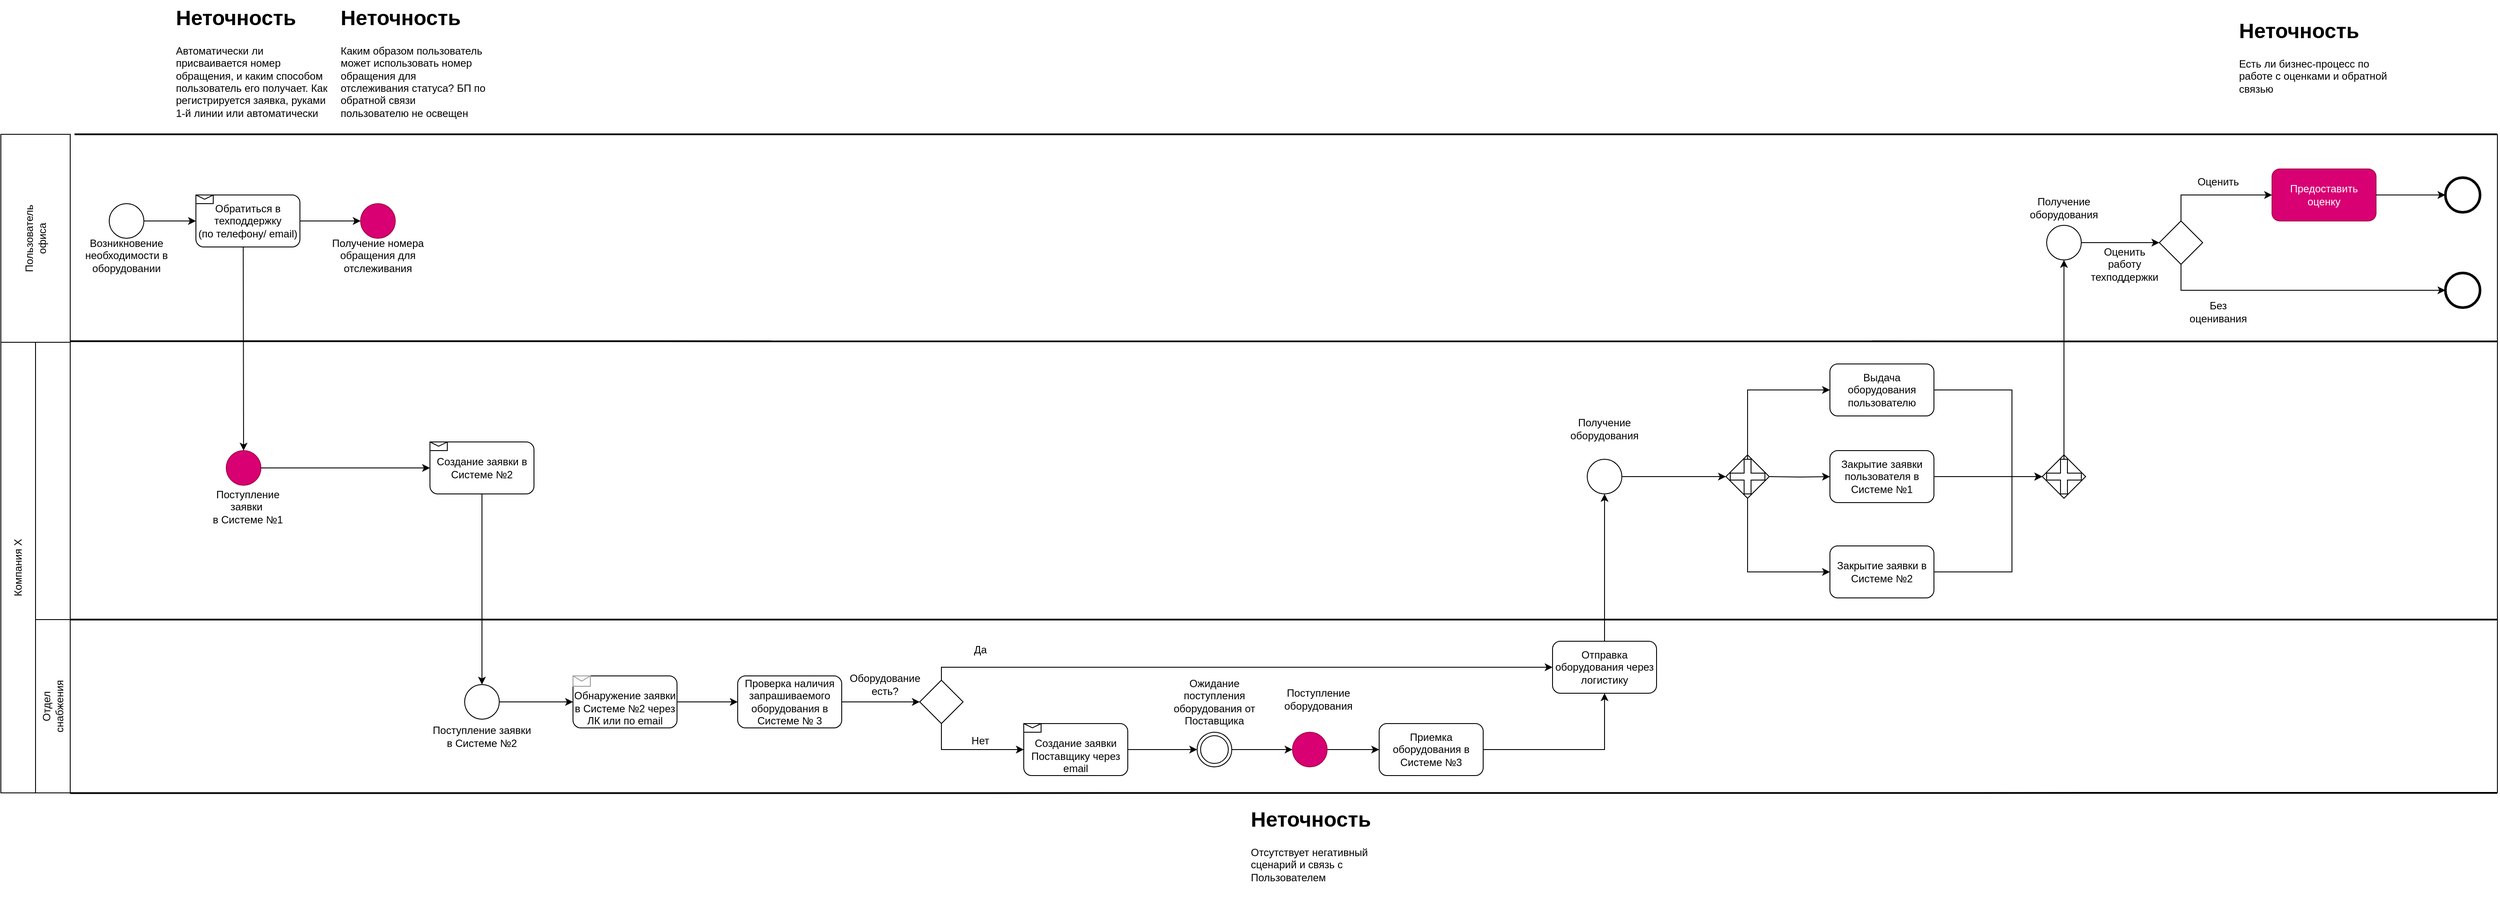
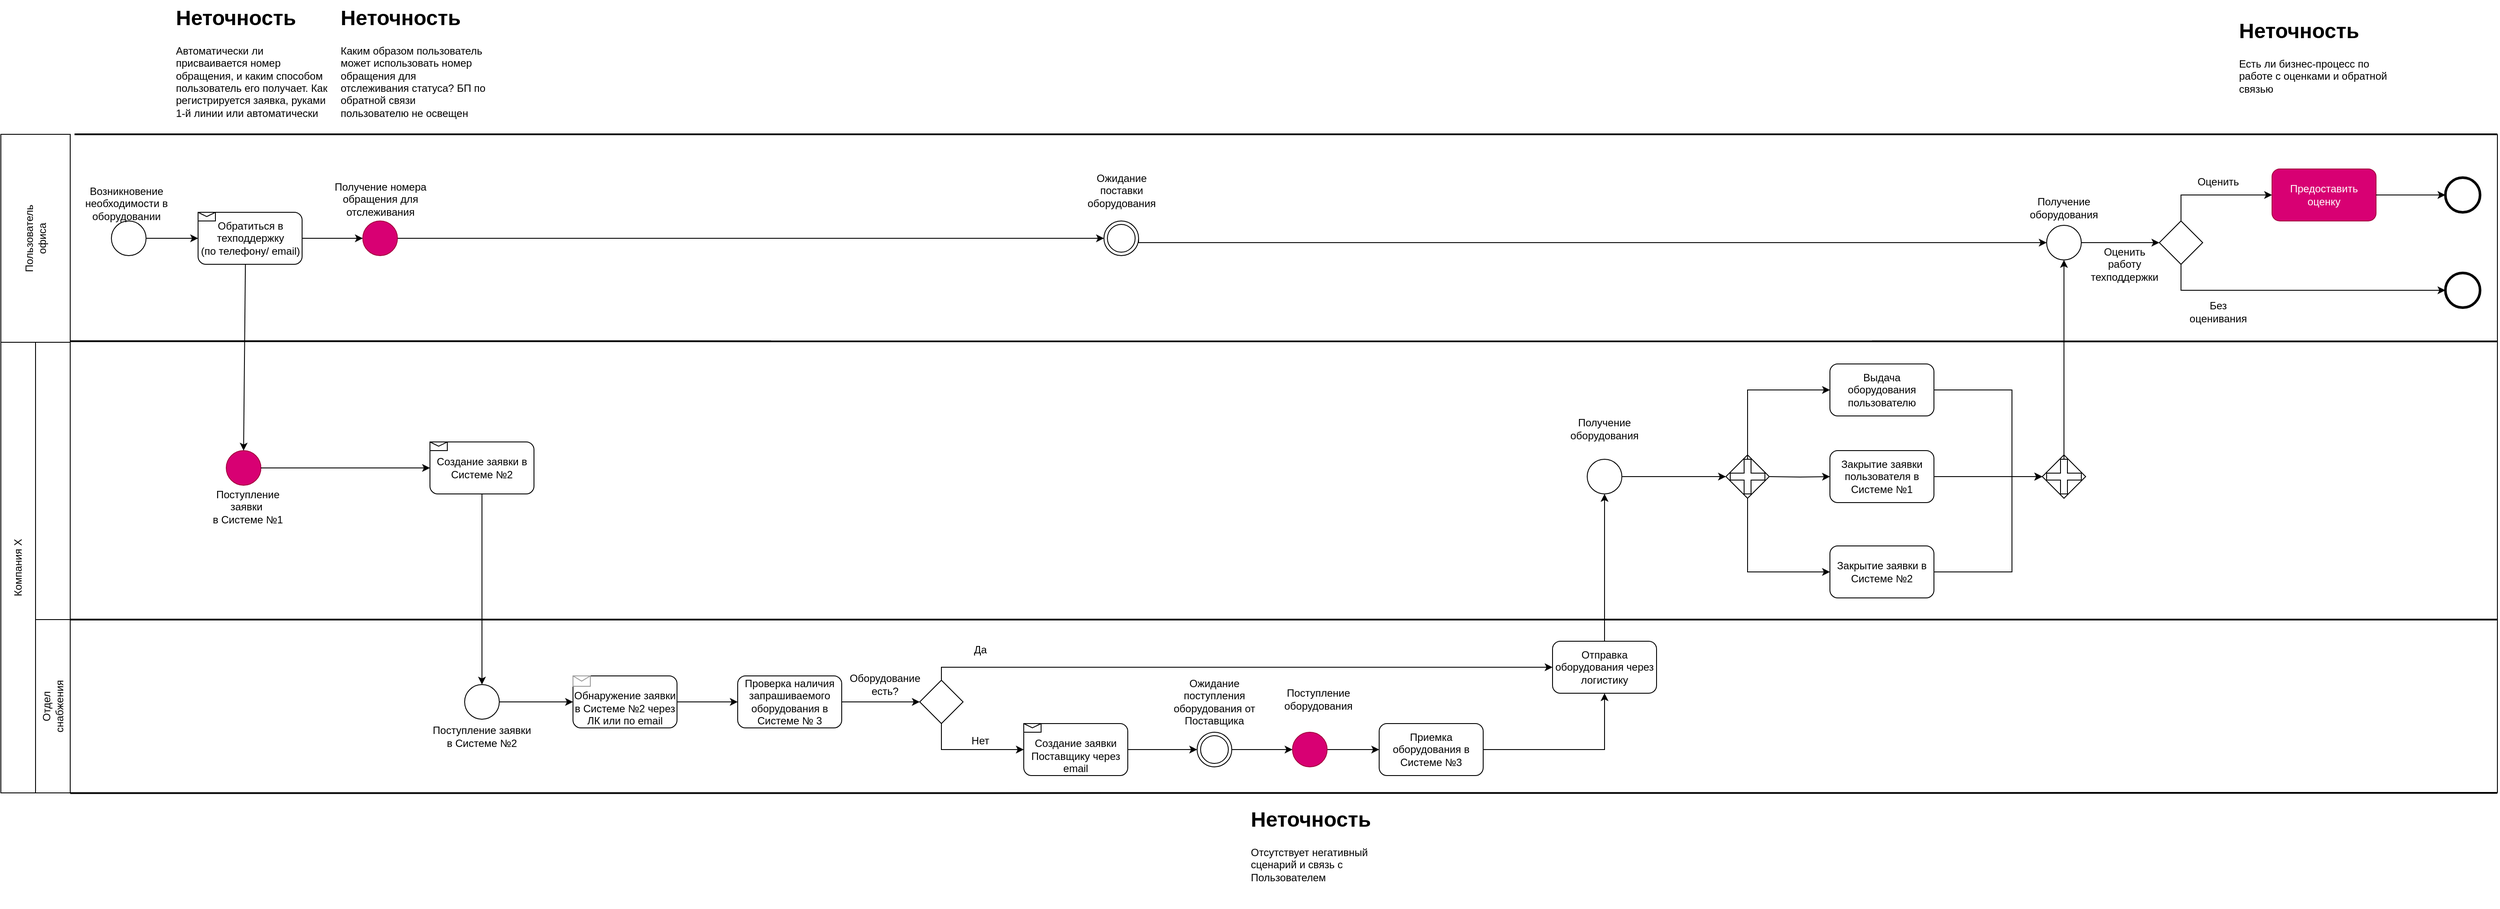
<mxfile host="app.diagrams.net">
  <diagram name="Страница-1" id="6SsGZVheudZXkR8IryFw">
-     <mxGraphModel dx="2180" dy="1943" grid="1" gridSize="10" guides="1" tooltips="1" connect="1" arrows="1" fold="1" page="0" pageScale="1" pageWidth="827" pageHeight="1169" background="none" math="0" shadow="0">
+     <mxGraphModel dx="2576" dy="2151" grid="1" gridSize="10" guides="1" tooltips="1" connect="1" arrows="1" fold="1" page="0" pageScale="1" pageWidth="827" pageHeight="1169" background="none" math="0" shadow="0">
      <root>
        <mxCell id="0" />
        <mxCell id="1" parent="0" />
        <mxCell id="Ya4lB5T6emN3ZDg_C6RV-1" parent="1" style="rounded=0;whiteSpace=wrap;html=1;" value="" vertex="1">
          <mxGeometry height="240" width="80" y="-320" as="geometry" />
        </mxCell>
        <mxCell id="Ya4lB5T6emN3ZDg_C6RV-2" parent="1" style="rounded=0;whiteSpace=wrap;html=1;" value="" vertex="1">
          <mxGeometry height="520" width="40" y="-80" as="geometry" />
        </mxCell>
        <mxCell id="Ya4lB5T6emN3ZDg_C6RV-3" parent="1" style="text;html=1;whiteSpace=wrap;strokeColor=none;fillColor=none;align=center;verticalAlign=middle;rounded=0;rotation=-90;" value="Пользователь&lt;div&gt;офиса&lt;/div&gt;" vertex="1">
          <mxGeometry height="30" width="60" x="10" y="-215" as="geometry" />
        </mxCell>
        <mxCell id="Ya4lB5T6emN3ZDg_C6RV-5" parent="1" style="text;html=1;whiteSpace=wrap;strokeColor=none;fillColor=none;align=center;verticalAlign=middle;rounded=0;rotation=-90;" value="Компания Х" vertex="1">
          <mxGeometry height="30" width="80" x="-20" y="165" as="geometry" />
        </mxCell>
        <mxCell id="VbR1kJbd4s5ipAbFhgMN-2" edge="1" parent="1" style="endArrow=none;html=1;rounded=0;exitX=1;exitY=0;exitDx=0;exitDy=0;strokeColor=light-dark(#000000, #ffffff);strokeWidth=2;" value="">
          <mxGeometry height="50" relative="1" width="50" as="geometry">
            <mxPoint x="80" y="-81.25" as="sourcePoint" />
            <mxPoint x="2880" y="-81" as="targetPoint" />
          </mxGeometry>
        </mxCell>
        <mxCell id="VbR1kJbd4s5ipAbFhgMN-4" parent="1" style="rounded=0;whiteSpace=wrap;html=1;" value="" vertex="1">
          <mxGeometry height="320" width="40" x="40" y="-80" as="geometry" />
        </mxCell>
        <mxCell id="VbR1kJbd4s5ipAbFhgMN-5" parent="1" style="rounded=0;whiteSpace=wrap;html=1;" value="" vertex="1">
          <mxGeometry height="200" width="40" x="40" y="240" as="geometry" />
        </mxCell>
        <mxCell id="VbR1kJbd4s5ipAbFhgMN-7" edge="1" parent="1" source="VbR1kJbd4s5ipAbFhgMN-5" style="endArrow=none;html=1;rounded=0;exitX=1;exitY=0;exitDx=0;exitDy=0;strokeWidth=2;" value="">
          <mxGeometry height="50" relative="1" width="50" as="geometry">
            <mxPoint x="250" y="240" as="sourcePoint" />
            <mxPoint x="2880" y="240" as="targetPoint" />
          </mxGeometry>
        </mxCell>
        <mxCell id="VbR1kJbd4s5ipAbFhgMN-8" edge="1" parent="1" style="endArrow=none;html=1;rounded=0;exitX=1;exitY=0;exitDx=0;exitDy=0;strokeWidth=2;" value="">
          <mxGeometry height="50" relative="1" width="50" as="geometry">
            <mxPoint x="80" y="440.31" as="sourcePoint" />
            <mxPoint x="2880" y="440" as="targetPoint" />
          </mxGeometry>
        </mxCell>
        <mxCell id="VbR1kJbd4s5ipAbFhgMN-10" edge="1" parent="1" style="endArrow=none;html=1;rounded=0;exitX=1;exitY=0;exitDx=0;exitDy=0;strokeWidth=2;" value="">
          <mxGeometry height="50" relative="1" width="50" as="geometry">
            <mxPoint x="85" y="-320" as="sourcePoint" />
            <mxPoint x="2880" y="-320" as="targetPoint" />
          </mxGeometry>
        </mxCell>
        <mxCell id="VbR1kJbd4s5ipAbFhgMN-11" parent="1" style="ellipse;whiteSpace=wrap;html=1;aspect=fixed;fillColor=none;" value="" vertex="1">
-           <mxGeometry height="40" width="40" x="125" y="-240" as="geometry" />
+           <mxGeometry height="40" width="40" x="127.5" y="-220" as="geometry" />
        </mxCell>
        <mxCell id="VbR1kJbd4s5ipAbFhgMN-12" parent="1" style="text;html=1;whiteSpace=wrap;strokeColor=none;fillColor=none;align=center;verticalAlign=middle;rounded=0;" value="&lt;font&gt;Возникновение необходимости в оборудовании&lt;/font&gt;" vertex="1">
-           <mxGeometry height="50" width="110" x="90" y="-205" as="geometry" />
+           <mxGeometry height="50" width="110" x="90" y="-265" as="geometry" />
        </mxCell>
        <mxCell id="VbR1kJbd4s5ipAbFhgMN-16" parent="1" style="ellipse;whiteSpace=wrap;html=1;aspect=fixed;fillColor=#d80073;fontColor=#ffffff;strokeColor=#A50040;" value="" vertex="1">
          <mxGeometry height="40" width="40" x="260" y="45.000000000000114" as="geometry" />
        </mxCell>
        <mxCell id="VbR1kJbd4s5ipAbFhgMN-17" parent="1" style="text;html=1;whiteSpace=wrap;strokeColor=none;fillColor=none;align=center;verticalAlign=middle;rounded=0;" value="Поступление заявки&amp;nbsp;&lt;div&gt;в Системе №1&lt;/div&gt;" vertex="1">
          <mxGeometry height="30" width="110" x="230" y="95" as="geometry" />
        </mxCell>
        <mxCell id="VbR1kJbd4s5ipAbFhgMN-20" parent="1" style="text;html=1;whiteSpace=wrap;strokeColor=none;fillColor=none;align=center;verticalAlign=middle;rounded=0;rotation=-90;" value="&lt;br&gt;&lt;span style=&quot;font-family: Helvetica; font-size: 12px; font-style: normal; font-variant-ligatures: normal; font-variant-caps: normal; font-weight: 400; letter-spacing: normal; orphans: 2; text-indent: 0px; text-transform: none; widows: 2; word-spacing: 0px; -webkit-text-stroke-width: 0px; white-space: normal; text-decoration-thickness: initial; text-decoration-style: initial; text-decoration-color: initial; float: none; display: inline !important;&quot;&gt;&lt;font style=&quot;color: light-dark(rgb(255, 255, 255), rgb(255, 255, 255));&quot;&gt;1-я линия техподдержки&lt;/font&gt;&lt;/span&gt;" vertex="1">
          <mxGeometry height="30" width="60" x="20" y="50" as="geometry" />
        </mxCell>
        <mxCell id="VbR1kJbd4s5ipAbFhgMN-21" parent="1" style="text;html=1;whiteSpace=wrap;overflow=hidden;rounded=0;" value="&lt;h1 style=&quot;margin-top: 0px;&quot;&gt;&lt;font style=&quot;color: light-dark(rgb(0, 0, 0), rgb(241, 156, 153));&quot;&gt;Неточность&lt;/font&gt;&lt;/h1&gt;&lt;p&gt;Автоматически ли присваивается номер обращения, и каким способом пользователь его получает. Как регистрируется заявка, руками 1-й линии или автоматически&lt;/p&gt;" vertex="1">
          <mxGeometry height="150" width="180" x="200" y="-475" as="geometry" />
        </mxCell>
+         <mxCell id="VbR1kJbd4s5ipAbFhgMN-117" edge="1" parent="1" source="VbR1kJbd4s5ipAbFhgMN-23" style="edgeStyle=orthogonalEdgeStyle;rounded=0;orthogonalLoop=1;jettySize=auto;html=1;exitX=1;exitY=0.5;exitDx=0;exitDy=0;entryX=0;entryY=0.5;entryDx=0;entryDy=0;" target="VbR1kJbd4s5ipAbFhgMN-116">
+           <mxGeometry relative="1" as="geometry" />
+         </mxCell>
        <mxCell id="VbR1kJbd4s5ipAbFhgMN-23" parent="1" style="ellipse;whiteSpace=wrap;html=1;aspect=fixed;fillColor=#d80073;fontColor=#ffffff;strokeColor=#A50040;" value="" vertex="1">
-           <mxGeometry height="40" width="40" x="415" y="-239.9999999999999" as="geometry" />
+           <mxGeometry height="40" width="40" x="417.5" y="-219.9999999999999" as="geometry" />
        </mxCell>
        <mxCell id="VbR1kJbd4s5ipAbFhgMN-24" parent="1" style="text;html=1;whiteSpace=wrap;strokeColor=none;fillColor=none;align=center;verticalAlign=middle;rounded=0;" value="Получение номера обращения для отслеживания" vertex="1">
-           <mxGeometry height="30" width="130" x="370" y="-195" as="geometry" />
+           <mxGeometry height="30" width="130" x="372.5" y="-260" as="geometry" />
        </mxCell>
        <mxCell id="VbR1kJbd4s5ipAbFhgMN-25" parent="1" style="text;html=1;whiteSpace=wrap;overflow=hidden;rounded=0;" value="&lt;h1 style=&quot;margin-top: 0px;&quot;&gt;&lt;font style=&quot;color: light-dark(rgb(0, 0, 0), rgb(241, 156, 153));&quot;&gt;Неточность&lt;/font&gt;&lt;/h1&gt;&lt;p&gt;Каким образом пользователь может использовать номер обращения для отслеживания статуса? БП по обратной связи пользователю не освещен&lt;/p&gt;" vertex="1">
          <mxGeometry height="145" width="170" x="390" y="-475" as="geometry" />
        </mxCell>
        <mxCell id="VbR1kJbd4s5ipAbFhgMN-26" edge="1" parent="1" source="VbR1kJbd4s5ipAbFhgMN-11" style="endArrow=classic;html=1;rounded=0;exitX=1;exitY=0.5;exitDx=0;exitDy=0;entryX=0;entryY=0.5;entryDx=0;entryDy=0;" target="VbR1kJbd4s5ipAbFhgMN-37" value="">
          <mxGeometry height="50" relative="1" width="50" as="geometry">
-             <mxPoint x="160.00000000000352" y="-19.5" as="sourcePoint" />
-             <mxPoint x="220" y="-20" as="targetPoint" />
+             <mxPoint x="162.50000000000352" y="0.5" as="sourcePoint" />
+             <mxPoint x="222.5" as="targetPoint" />
          </mxGeometry>
        </mxCell>
        <mxCell id="VbR1kJbd4s5ipAbFhgMN-27" edge="1" parent="1" source="VbR1kJbd4s5ipAbFhgMN-37" style="endArrow=classic;html=1;rounded=0;exitX=1;exitY=0.5;exitDx=0;exitDy=0;entryX=0;entryY=0.5;entryDx=0;entryDy=0;" target="VbR1kJbd4s5ipAbFhgMN-23" value="">
          <mxGeometry height="50" relative="1" width="50" as="geometry">
-             <mxPoint x="340" y="-20" as="sourcePoint" />
-             <mxPoint x="450" y="5" as="targetPoint" />
+             <mxPoint x="342.5" as="sourcePoint" />
+             <mxPoint x="452.5" y="25" as="targetPoint" />
          </mxGeometry>
        </mxCell>
        <mxCell id="VbR1kJbd4s5ipAbFhgMN-28" edge="1" parent="1" source="VbR1kJbd4s5ipAbFhgMN-37" style="endArrow=classic;html=1;rounded=0;exitX=0.455;exitY=0.976;exitDx=0;exitDy=0;entryX=0.5;entryY=0;entryDx=0;entryDy=0;exitPerimeter=0;" target="VbR1kJbd4s5ipAbFhgMN-16" value="">
          <mxGeometry height="50" relative="1" width="50" as="geometry">
            <mxPoint x="280" y="-20" as="sourcePoint" />
            <mxPoint x="380" y="-5" as="targetPoint" />
          </mxGeometry>
        </mxCell>
        <mxCell id="VbR1kJbd4s5ipAbFhgMN-30" edge="1" parent="1" source="VbR1kJbd4s5ipAbFhgMN-16" style="endArrow=classic;html=1;rounded=0;exitX=1;exitY=0.5;exitDx=0;exitDy=0;entryX=0;entryY=0.5;entryDx=0;entryDy=0;" value="">
          <mxGeometry height="50" relative="1" width="50" as="geometry">
            <mxPoint x="660" y="125" as="sourcePoint" />
            <mxPoint x="495" y="65" as="targetPoint" />
          </mxGeometry>
        </mxCell>
        <mxCell id="VbR1kJbd4s5ipAbFhgMN-31" parent="1" style="ellipse;whiteSpace=wrap;html=1;aspect=fixed;fillColor=none;" value="" vertex="1">
          <mxGeometry height="40" width="40" x="535" y="315.0000000000001" as="geometry" />
        </mxCell>
        <mxCell id="VbR1kJbd4s5ipAbFhgMN-32" parent="1" style="text;html=1;whiteSpace=wrap;strokeColor=none;fillColor=none;align=center;verticalAlign=middle;rounded=0;rotation=-90;" value="Отдел снабжения" vertex="1">
          <mxGeometry height="30" width="60" x="30" y="325" as="geometry" />
        </mxCell>
        <mxCell id="VbR1kJbd4s5ipAbFhgMN-33" parent="1" style="text;html=1;whiteSpace=wrap;strokeColor=none;fillColor=none;align=center;verticalAlign=middle;rounded=0;" value="Поступление заявки в Системе №2" vertex="1">
          <mxGeometry height="30" width="120" x="495" y="360" as="geometry" />
        </mxCell>
        <mxCell id="VbR1kJbd4s5ipAbFhgMN-35" edge="1" parent="1" source="VbR1kJbd4s5ipAbFhgMN-36" style="endArrow=classic;html=1;rounded=0;exitX=0.5;exitY=1;exitDx=0;exitDy=0;entryX=0.5;entryY=0;entryDx=0;entryDy=0;" target="VbR1kJbd4s5ipAbFhgMN-31" value="">
          <mxGeometry height="50" relative="1" width="50" as="geometry">
            <mxPoint x="555" y="200" as="sourcePoint" />
            <mxPoint x="780" y="250" as="targetPoint" />
          </mxGeometry>
        </mxCell>
        <mxCell id="VbR1kJbd4s5ipAbFhgMN-36" parent="1" style="rounded=1;whiteSpace=wrap;html=1;" value="Создание заявки в Системе №2" vertex="1">
          <mxGeometry height="60" width="120" x="495" y="35" as="geometry" />
        </mxCell>
        <mxCell id="VbR1kJbd4s5ipAbFhgMN-37" parent="1" style="rounded=1;whiteSpace=wrap;html=1;" value="Обратиться в техподдержку&lt;div&gt;(по телефону/ email)&lt;/div&gt;" vertex="1">
-           <mxGeometry height="60" width="120" x="225" y="-250" as="geometry" />
+           <mxGeometry height="60" width="120" x="227.5" y="-230" as="geometry" />
        </mxCell>
        <mxCell id="VbR1kJbd4s5ipAbFhgMN-38" parent="1" style="shape=message;html=1;html=1;outlineConnect=0;labelPosition=center;verticalLabelPosition=bottom;align=center;verticalAlign=top;" value="" vertex="1">
-           <mxGeometry height="10" width="20" x="225" y="-250" as="geometry" />
+           <mxGeometry height="10" width="20" x="227.5" y="-230" as="geometry" />
        </mxCell>
        <mxCell id="VbR1kJbd4s5ipAbFhgMN-41" parent="1" style="shape=message;html=1;html=1;outlineConnect=0;labelPosition=center;verticalLabelPosition=bottom;align=center;verticalAlign=top;" value="" vertex="1">
          <mxGeometry height="10" width="20" x="495" y="35" as="geometry" />
        </mxCell>
        <mxCell id="VbR1kJbd4s5ipAbFhgMN-46" edge="1" parent="1" source="VbR1kJbd4s5ipAbFhgMN-42" style="edgeStyle=orthogonalEdgeStyle;rounded=0;orthogonalLoop=1;jettySize=auto;html=1;exitX=1;exitY=0.5;exitDx=0;exitDy=0;entryX=0;entryY=0.5;entryDx=0;entryDy=0;" target="VbR1kJbd4s5ipAbFhgMN-45">
          <mxGeometry relative="1" as="geometry" />
        </mxCell>
        <mxCell id="VbR1kJbd4s5ipAbFhgMN-42" parent="1" style="rounded=1;whiteSpace=wrap;html=1;" value="&lt;div&gt;&lt;br&gt;&lt;/div&gt;&lt;div&gt;Обнаружение заявки в Системе №2 через ЛК или по email&lt;/div&gt;" vertex="1">
          <mxGeometry height="60" width="120" x="660" y="305" as="geometry" />
        </mxCell>
        <mxCell id="VbR1kJbd4s5ipAbFhgMN-43" parent="1" style="verticalLabelPosition=bottom;shadow=0;dashed=0;align=center;html=1;verticalAlign=top;strokeWidth=1;shape=mxgraph.mockup.misc.mail2;strokeColor=#999999;" value="" vertex="1">
          <mxGeometry height="12" width="20" x="660" y="305" as="geometry" />
        </mxCell>
        <mxCell id="VbR1kJbd4s5ipAbFhgMN-44" edge="1" parent="1" source="VbR1kJbd4s5ipAbFhgMN-31" style="endArrow=classic;html=1;rounded=0;exitX=1;exitY=0.5;exitDx=0;exitDy=0;entryX=0;entryY=0.5;entryDx=0;entryDy=0;" target="VbR1kJbd4s5ipAbFhgMN-42" value="">
          <mxGeometry height="50" relative="1" width="50" as="geometry">
            <mxPoint x="760" y="315" as="sourcePoint" />
            <mxPoint x="810" y="265" as="targetPoint" />
          </mxGeometry>
        </mxCell>
        <mxCell id="VbR1kJbd4s5ipAbFhgMN-49" edge="1" parent="1" source="VbR1kJbd4s5ipAbFhgMN-45" style="edgeStyle=orthogonalEdgeStyle;rounded=0;orthogonalLoop=1;jettySize=auto;html=1;exitX=1;exitY=0.5;exitDx=0;exitDy=0;entryX=0;entryY=0.5;entryDx=0;entryDy=0;" target="VbR1kJbd4s5ipAbFhgMN-47">
          <mxGeometry relative="1" as="geometry" />
        </mxCell>
        <mxCell id="VbR1kJbd4s5ipAbFhgMN-45" parent="1" style="rounded=1;whiteSpace=wrap;html=1;" value="Проверка наличия запрашиваемого оборудования в Системе № 3" vertex="1">
          <mxGeometry height="60" width="120" x="850" y="305" as="geometry" />
        </mxCell>
        <mxCell id="VbR1kJbd4s5ipAbFhgMN-58" edge="1" parent="1" source="VbR1kJbd4s5ipAbFhgMN-47" style="edgeStyle=orthogonalEdgeStyle;rounded=0;orthogonalLoop=1;jettySize=auto;html=1;exitX=0.5;exitY=0;exitDx=0;exitDy=0;entryX=0;entryY=0.5;entryDx=0;entryDy=0;" target="VbR1kJbd4s5ipAbFhgMN-52">
          <mxGeometry relative="1" as="geometry">
            <Array as="points">
              <mxPoint x="1085" y="295" />
            </Array>
            <mxPoint x="1150" y="320" as="targetPoint" />
          </mxGeometry>
        </mxCell>
        <mxCell id="VbR1kJbd4s5ipAbFhgMN-60" edge="1" parent="1" source="VbR1kJbd4s5ipAbFhgMN-47" style="edgeStyle=orthogonalEdgeStyle;rounded=0;orthogonalLoop=1;jettySize=auto;html=1;entryX=0;entryY=0.5;entryDx=0;entryDy=0;exitX=0.5;exitY=1;exitDx=0;exitDy=0;" target="VbR1kJbd4s5ipAbFhgMN-59">
          <mxGeometry relative="1" as="geometry">
            <mxPoint x="1085" y="410" as="targetPoint" />
          </mxGeometry>
        </mxCell>
        <mxCell id="VbR1kJbd4s5ipAbFhgMN-47" parent="1" style="rhombus;whiteSpace=wrap;html=1;" value="" vertex="1">
          <mxGeometry height="50" width="50" x="1060" y="310" as="geometry" />
        </mxCell>
        <mxCell id="VbR1kJbd4s5ipAbFhgMN-48" parent="1" style="text;html=1;whiteSpace=wrap;strokeColor=none;fillColor=none;align=center;verticalAlign=middle;rounded=0;" value="Оборудование есть?" vertex="1">
          <mxGeometry height="30" width="60" x="990" y="300" as="geometry" />
        </mxCell>
        <mxCell id="VbR1kJbd4s5ipAbFhgMN-51" parent="1" style="text;html=1;whiteSpace=wrap;strokeColor=none;fillColor=none;align=center;verticalAlign=middle;rounded=0;" value="Да" vertex="1">
          <mxGeometry height="30" width="60" x="1100" y="260" as="geometry" />
        </mxCell>
        <mxCell id="VbR1kJbd4s5ipAbFhgMN-56" edge="1" parent="1" source="VbR1kJbd4s5ipAbFhgMN-52" style="edgeStyle=orthogonalEdgeStyle;rounded=0;orthogonalLoop=1;jettySize=auto;html=1;exitX=0.5;exitY=0;exitDx=0;exitDy=0;entryX=0.5;entryY=1;entryDx=0;entryDy=0;" target="VbR1kJbd4s5ipAbFhgMN-54">
          <mxGeometry relative="1" as="geometry" />
        </mxCell>
        <mxCell id="VbR1kJbd4s5ipAbFhgMN-52" parent="1" style="rounded=1;whiteSpace=wrap;html=1;" value="Отправка оборудования через логистику" vertex="1">
          <mxGeometry height="60" width="120" x="1790" y="265" as="geometry" />
        </mxCell>
        <mxCell id="VbR1kJbd4s5ipAbFhgMN-69" edge="1" parent="1" source="VbR1kJbd4s5ipAbFhgMN-54" style="edgeStyle=orthogonalEdgeStyle;rounded=0;orthogonalLoop=1;jettySize=auto;html=1;">
          <mxGeometry relative="1" as="geometry">
            <mxPoint x="1990" y="75" as="targetPoint" />
          </mxGeometry>
        </mxCell>
        <mxCell id="VbR1kJbd4s5ipAbFhgMN-54" parent="1" style="ellipse;whiteSpace=wrap;html=1;aspect=fixed;fillColor=none;" value="" vertex="1">
          <mxGeometry height="40" width="40" x="1830" y="55.000000000000114" as="geometry" />
        </mxCell>
        <mxCell id="VbR1kJbd4s5ipAbFhgMN-55" parent="1" style="text;html=1;whiteSpace=wrap;strokeColor=none;fillColor=none;align=center;verticalAlign=middle;rounded=0;" value="Получение оборудования" vertex="1">
          <mxGeometry height="30" width="60" x="1820" y="5" as="geometry" />
        </mxCell>
        <mxCell id="VbR1kJbd4s5ipAbFhgMN-59" parent="1" style="rounded=1;whiteSpace=wrap;html=1;" value="&lt;div&gt;&lt;br&gt;&lt;/div&gt;&lt;div&gt;Создание заявки Поставщику через email&lt;/div&gt;" vertex="1">
          <mxGeometry height="60" width="120" x="1180" y="360" as="geometry" />
        </mxCell>
        <mxCell id="VbR1kJbd4s5ipAbFhgMN-61" parent="1" style="text;html=1;whiteSpace=wrap;strokeColor=none;fillColor=none;align=center;verticalAlign=middle;rounded=0;" value="Нет" vertex="1">
          <mxGeometry height="30" width="60" x="1100" y="365" as="geometry" />
        </mxCell>
        <mxCell id="VbR1kJbd4s5ipAbFhgMN-112" edge="1" parent="1" source="VbR1kJbd4s5ipAbFhgMN-62" style="edgeStyle=orthogonalEdgeStyle;rounded=0;orthogonalLoop=1;jettySize=auto;html=1;exitX=1;exitY=0.5;exitDx=0;exitDy=0;entryX=0;entryY=0.5;entryDx=0;entryDy=0;" target="VbR1kJbd4s5ipAbFhgMN-110">
          <mxGeometry relative="1" as="geometry">
            <Array as="points">
              <mxPoint x="2320" y="-25" />
              <mxPoint x="2320" y="75" />
            </Array>
          </mxGeometry>
        </mxCell>
        <mxCell id="VbR1kJbd4s5ipAbFhgMN-62" parent="1" style="rounded=1;whiteSpace=wrap;html=1;" value="Выдача оборудования пользователю" vertex="1">
          <mxGeometry height="60" width="120" x="2110" y="-55" as="geometry" />
        </mxCell>
        <mxCell id="VbR1kJbd4s5ipAbFhgMN-114" edge="1" parent="1" source="VbR1kJbd4s5ipAbFhgMN-65" style="edgeStyle=orthogonalEdgeStyle;rounded=0;orthogonalLoop=1;jettySize=auto;html=1;exitX=1;exitY=0.5;exitDx=0;exitDy=0;entryX=0;entryY=0.5;entryDx=0;entryDy=0;" target="VbR1kJbd4s5ipAbFhgMN-110">
          <mxGeometry relative="1" as="geometry" />
        </mxCell>
        <mxCell id="VbR1kJbd4s5ipAbFhgMN-65" parent="1" style="rounded=1;whiteSpace=wrap;html=1;" value="Закрытие заявки пользователя в Системе №1" vertex="1">
          <mxGeometry height="60" width="120" x="2110" y="45" as="geometry" />
        </mxCell>
        <mxCell id="VbR1kJbd4s5ipAbFhgMN-113" edge="1" parent="1" source="VbR1kJbd4s5ipAbFhgMN-66" style="edgeStyle=orthogonalEdgeStyle;rounded=0;orthogonalLoop=1;jettySize=auto;html=1;exitX=1;exitY=0.5;exitDx=0;exitDy=0;entryX=0;entryY=0.5;entryDx=0;entryDy=0;" target="VbR1kJbd4s5ipAbFhgMN-110">
          <mxGeometry relative="1" as="geometry">
            <Array as="points">
              <mxPoint x="2320" y="185" />
              <mxPoint x="2320" y="75" />
            </Array>
          </mxGeometry>
        </mxCell>
        <mxCell id="VbR1kJbd4s5ipAbFhgMN-66" parent="1" style="rounded=1;whiteSpace=wrap;html=1;" value="Закрытие заявки в Системе №2" vertex="1">
          <mxGeometry height="60" width="120" x="2110" y="155" as="geometry" />
        </mxCell>
        <mxCell id="VbR1kJbd4s5ipAbFhgMN-77" edge="1" parent="1" source="VbR1kJbd4s5ipAbFhgMN-67" style="edgeStyle=orthogonalEdgeStyle;rounded=0;orthogonalLoop=1;jettySize=auto;html=1;entryX=0;entryY=0.5;entryDx=0;entryDy=0;" target="VbR1kJbd4s5ipAbFhgMN-66">
          <mxGeometry relative="1" as="geometry">
            <Array as="points">
              <mxPoint x="2015" y="185" />
            </Array>
          </mxGeometry>
        </mxCell>
        <mxCell id="VbR1kJbd4s5ipAbFhgMN-67" parent="1" style="rhombus;whiteSpace=wrap;html=1;" value="" vertex="1">
          <mxGeometry height="50" width="50" x="1990" y="50" as="geometry" />
        </mxCell>
        <mxCell id="VbR1kJbd4s5ipAbFhgMN-70" edge="1" parent="1" style="edgeStyle=orthogonalEdgeStyle;rounded=0;orthogonalLoop=1;jettySize=auto;html=1;entryX=0;entryY=0.5;entryDx=0;entryDy=0;" target="VbR1kJbd4s5ipAbFhgMN-65">
          <mxGeometry relative="1" as="geometry">
            <mxPoint x="2040" y="75" as="sourcePoint" />
          </mxGeometry>
        </mxCell>
        <mxCell id="VbR1kJbd4s5ipAbFhgMN-79" edge="1" parent="1" source="VbR1kJbd4s5ipAbFhgMN-71" style="edgeStyle=orthogonalEdgeStyle;rounded=0;orthogonalLoop=1;jettySize=auto;html=1;">
          <mxGeometry relative="1" as="geometry">
            <mxPoint x="2490" y="-195" as="targetPoint" />
          </mxGeometry>
        </mxCell>
        <mxCell id="VbR1kJbd4s5ipAbFhgMN-71" parent="1" style="ellipse;whiteSpace=wrap;html=1;aspect=fixed;fillColor=none;" value="" vertex="1">
          <mxGeometry height="40" width="40" x="2360" y="-215" as="geometry" />
        </mxCell>
        <mxCell id="VbR1kJbd4s5ipAbFhgMN-72" parent="1" style="text;html=1;whiteSpace=wrap;strokeColor=none;fillColor=none;align=center;verticalAlign=middle;rounded=0;" value="Получение оборудования" vertex="1">
          <mxGeometry height="30" width="60" x="2350" y="-250" as="geometry" />
        </mxCell>
        <mxCell id="VbR1kJbd4s5ipAbFhgMN-76" edge="1" parent="1" source="VbR1kJbd4s5ipAbFhgMN-73" style="edgeStyle=orthogonalEdgeStyle;rounded=0;orthogonalLoop=1;jettySize=auto;html=1;exitX=0.5;exitY=0;exitDx=0;exitDy=0;exitPerimeter=0;">
          <mxGeometry relative="1" as="geometry">
            <Array as="points">
              <mxPoint x="2015" y="-25" />
              <mxPoint x="2110" y="-25" />
            </Array>
            <mxPoint x="2015" y="45" as="sourcePoint" />
            <mxPoint x="2110" y="-25" as="targetPoint" />
          </mxGeometry>
        </mxCell>
        <mxCell id="VbR1kJbd4s5ipAbFhgMN-73" parent="1" style="shape=cross;whiteSpace=wrap;html=1;" value="" vertex="1">
          <mxGeometry height="40" width="40" x="1995" y="55" as="geometry" />
        </mxCell>
        <mxCell id="VbR1kJbd4s5ipAbFhgMN-87" edge="1" parent="1" source="VbR1kJbd4s5ipAbFhgMN-74" style="edgeStyle=orthogonalEdgeStyle;rounded=0;orthogonalLoop=1;jettySize=auto;html=1;entryX=0;entryY=0.5;entryDx=0;entryDy=0;" target="VbR1kJbd4s5ipAbFhgMN-85">
          <mxGeometry relative="1" as="geometry">
            <Array as="points">
              <mxPoint x="2515" y="-250" />
            </Array>
          </mxGeometry>
        </mxCell>
        <mxCell id="VbR1kJbd4s5ipAbFhgMN-74" parent="1" style="rhombus;whiteSpace=wrap;html=1;" value="" vertex="1">
          <mxGeometry height="50" width="50" x="2490" y="-220" as="geometry" />
        </mxCell>
        <mxCell id="VbR1kJbd4s5ipAbFhgMN-81" parent="1" style="points=[[0.145,0.145,0],[0.5,0,0],[0.855,0.145,0],[1,0.5,0],[0.855,0.855,0],[0.5,1,0],[0.145,0.855,0],[0,0.5,0]];shape=mxgraph.bpmn.event;html=1;verticalLabelPosition=bottom;labelBackgroundColor=#ffffff;verticalAlign=top;align=center;perimeter=ellipsePerimeter;outlineConnect=0;aspect=fixed;outline=end;symbol=terminate2;" value="" vertex="1">
          <mxGeometry height="40" width="40" x="2820" y="-160" as="geometry" />
        </mxCell>
        <mxCell id="VbR1kJbd4s5ipAbFhgMN-82" edge="1" parent="1" style="edgeStyle=orthogonalEdgeStyle;rounded=0;orthogonalLoop=1;jettySize=auto;html=1;entryX=0;entryY=0.5;entryDx=0;entryDy=0;entryPerimeter=0;" target="VbR1kJbd4s5ipAbFhgMN-81">
          <mxGeometry relative="1" as="geometry">
            <Array as="points">
              <mxPoint x="2515" y="-140" />
            </Array>
            <mxPoint x="2515" y="-170" as="sourcePoint" />
          </mxGeometry>
        </mxCell>
        <mxCell id="VbR1kJbd4s5ipAbFhgMN-83" parent="1" style="text;html=1;whiteSpace=wrap;strokeColor=none;fillColor=none;align=center;verticalAlign=middle;rounded=0;" value="Оценить работу техподдержки" vertex="1">
          <mxGeometry height="30" width="60" x="2420" y="-185" as="geometry" />
        </mxCell>
        <mxCell id="VbR1kJbd4s5ipAbFhgMN-84" parent="1" style="text;html=1;whiteSpace=wrap;strokeColor=none;fillColor=none;align=center;verticalAlign=middle;rounded=0;" value="Без оценивания" vertex="1">
          <mxGeometry height="30" width="60" x="2527.5" y="-130" as="geometry" />
        </mxCell>
        <mxCell id="VbR1kJbd4s5ipAbFhgMN-85" parent="1" style="rounded=1;whiteSpace=wrap;html=1;fillColor=#d80073;fontColor=#ffffff;strokeColor=#A50040;" value="Предоставить оценку" vertex="1">
          <mxGeometry height="60" width="120" x="2620" y="-280" as="geometry" />
        </mxCell>
        <mxCell id="VbR1kJbd4s5ipAbFhgMN-86" parent="1" style="points=[[0.145,0.145,0],[0.5,0,0],[0.855,0.145,0],[1,0.5,0],[0.855,0.855,0],[0.5,1,0],[0.145,0.855,0],[0,0.5,0]];shape=mxgraph.bpmn.event;html=1;verticalLabelPosition=bottom;labelBackgroundColor=#ffffff;verticalAlign=top;align=center;perimeter=ellipsePerimeter;outlineConnect=0;aspect=fixed;outline=end;symbol=terminate2;" value="" vertex="1">
          <mxGeometry height="40" width="40" x="2820" y="-270" as="geometry" />
        </mxCell>
        <mxCell id="VbR1kJbd4s5ipAbFhgMN-88" edge="1" parent="1" source="VbR1kJbd4s5ipAbFhgMN-85" style="edgeStyle=orthogonalEdgeStyle;rounded=0;orthogonalLoop=1;jettySize=auto;html=1;entryX=0;entryY=0.5;entryDx=0;entryDy=0;entryPerimeter=0;" target="VbR1kJbd4s5ipAbFhgMN-86">
          <mxGeometry relative="1" as="geometry" />
        </mxCell>
        <mxCell id="VbR1kJbd4s5ipAbFhgMN-89" parent="1" style="text;html=1;whiteSpace=wrap;strokeColor=none;fillColor=none;align=center;verticalAlign=middle;rounded=0;" value="Оценить" vertex="1">
          <mxGeometry height="30" width="60" x="2527.5" y="-280" as="geometry" />
        </mxCell>
        <mxCell id="VbR1kJbd4s5ipAbFhgMN-91" parent="1" style="shape=message;html=1;html=1;outlineConnect=0;labelPosition=center;verticalLabelPosition=bottom;align=center;verticalAlign=top;" value="" vertex="1">
          <mxGeometry height="10" width="20" x="1180" y="360" as="geometry" />
        </mxCell>
        <mxCell id="VbR1kJbd4s5ipAbFhgMN-104" edge="1" parent="1" source="VbR1kJbd4s5ipAbFhgMN-93" style="edgeStyle=orthogonalEdgeStyle;rounded=0;orthogonalLoop=1;jettySize=auto;html=1;exitX=1;exitY=0.5;exitDx=0;exitDy=0;entryX=0;entryY=0.5;entryDx=0;entryDy=0;" target="VbR1kJbd4s5ipAbFhgMN-101">
          <mxGeometry relative="1" as="geometry" />
        </mxCell>
        <mxCell id="VbR1kJbd4s5ipAbFhgMN-93" parent="1" style="ellipse;shape=doubleEllipse;whiteSpace=wrap;html=1;aspect=fixed;" value="" vertex="1">
          <mxGeometry height="40" width="40" x="1380" y="370" as="geometry" />
        </mxCell>
        <mxCell id="VbR1kJbd4s5ipAbFhgMN-94" edge="1" parent="1" source="VbR1kJbd4s5ipAbFhgMN-59" style="endArrow=classic;html=1;rounded=0;exitX=1;exitY=0.5;exitDx=0;exitDy=0;entryX=0;entryY=0.5;entryDx=0;entryDy=0;" target="VbR1kJbd4s5ipAbFhgMN-93" value="">
          <mxGeometry height="50" relative="1" width="50" as="geometry">
            <mxPoint x="1460" y="420" as="sourcePoint" />
            <mxPoint x="1510" y="370" as="targetPoint" />
          </mxGeometry>
        </mxCell>
        <mxCell id="VbR1kJbd4s5ipAbFhgMN-95" parent="1" style="text;html=1;whiteSpace=wrap;strokeColor=none;fillColor=none;align=center;verticalAlign=middle;rounded=0;" value="Ожидание поступления оборудования от Поставщика" vertex="1">
          <mxGeometry height="75" width="120" x="1340" y="297.5" as="geometry" />
        </mxCell>
        <mxCell id="VbR1kJbd4s5ipAbFhgMN-106" edge="1" parent="1" source="VbR1kJbd4s5ipAbFhgMN-100" style="edgeStyle=orthogonalEdgeStyle;rounded=0;orthogonalLoop=1;jettySize=auto;html=1;exitX=1;exitY=0.5;exitDx=0;exitDy=0;entryX=0.5;entryY=1;entryDx=0;entryDy=0;" target="VbR1kJbd4s5ipAbFhgMN-52">
          <mxGeometry relative="1" as="geometry" />
        </mxCell>
        <mxCell id="VbR1kJbd4s5ipAbFhgMN-100" parent="1" style="rounded=1;whiteSpace=wrap;html=1;" value="Приемка оборудования в Системе №3" vertex="1">
          <mxGeometry height="60" width="120" x="1590" y="360" as="geometry" />
        </mxCell>
        <mxCell id="VbR1kJbd4s5ipAbFhgMN-105" edge="1" parent="1" source="VbR1kJbd4s5ipAbFhgMN-101" style="edgeStyle=orthogonalEdgeStyle;rounded=0;orthogonalLoop=1;jettySize=auto;html=1;exitX=1;exitY=0.5;exitDx=0;exitDy=0;entryX=0;entryY=0.5;entryDx=0;entryDy=0;" target="VbR1kJbd4s5ipAbFhgMN-100">
          <mxGeometry relative="1" as="geometry" />
        </mxCell>
        <mxCell id="VbR1kJbd4s5ipAbFhgMN-101" parent="1" style="ellipse;whiteSpace=wrap;html=1;aspect=fixed;fillColor=#d80073;fontColor=#ffffff;strokeColor=#A50040;" value="" vertex="1">
          <mxGeometry height="40" width="40" x="1490" y="370.0000000000001" as="geometry" />
        </mxCell>
        <mxCell id="VbR1kJbd4s5ipAbFhgMN-102" parent="1" style="text;html=1;whiteSpace=wrap;strokeColor=none;fillColor=none;align=center;verticalAlign=middle;rounded=0;" value="Поступление оборудования" vertex="1">
          <mxGeometry height="30" width="60" x="1490" y="317" as="geometry" />
        </mxCell>
        <mxCell id="VbR1kJbd4s5ipAbFhgMN-107" edge="1" parent="1" style="endArrow=none;html=1;rounded=0;" value="">
          <mxGeometry height="50" relative="1" width="50" as="geometry">
            <mxPoint x="2880" y="440" as="sourcePoint" />
            <mxPoint x="2880" y="-320" as="targetPoint" />
          </mxGeometry>
        </mxCell>
        <mxCell id="VbR1kJbd4s5ipAbFhgMN-108" parent="1" style="text;html=1;whiteSpace=wrap;overflow=hidden;rounded=0;" value="&lt;h1 style=&quot;margin-top: 0px;&quot;&gt;&lt;font style=&quot;color: light-dark(rgb(0, 0, 0), rgb(241, 156, 153));&quot;&gt;Неточность&lt;/font&gt;&lt;/h1&gt;&lt;p&gt;Есть ли бизнес-процесс по работе с оценками и обратной связью&lt;/p&gt;" vertex="1">
          <mxGeometry height="120" width="180" x="2580" y="-460" as="geometry" />
        </mxCell>
        <mxCell id="VbR1kJbd4s5ipAbFhgMN-109" parent="1" style="text;html=1;whiteSpace=wrap;overflow=hidden;rounded=0;" value="&lt;h1 style=&quot;margin-top: 0px;&quot;&gt;&lt;font style=&quot;color: light-dark(rgb(0, 0, 0), rgb(241, 156, 153));&quot;&gt;Неточность&lt;/font&gt;&lt;/h1&gt;&lt;p&gt;Отсутствует негативный сценарий и связь с Пользователем&lt;/p&gt;" vertex="1">
          <mxGeometry height="120" width="180" x="1440" y="450" as="geometry" />
        </mxCell>
        <mxCell id="VbR1kJbd4s5ipAbFhgMN-110" parent="1" style="rhombus;whiteSpace=wrap;html=1;" value="" vertex="1">
          <mxGeometry height="50" width="50" x="2355" y="50" as="geometry" />
        </mxCell>
        <mxCell id="VbR1kJbd4s5ipAbFhgMN-115" edge="1" parent="1" source="VbR1kJbd4s5ipAbFhgMN-111" style="edgeStyle=orthogonalEdgeStyle;rounded=0;orthogonalLoop=1;jettySize=auto;html=1;entryX=0.5;entryY=1;entryDx=0;entryDy=0;" target="VbR1kJbd4s5ipAbFhgMN-71">
          <mxGeometry relative="1" as="geometry">
            <mxPoint x="2375" y="-170" as="targetPoint" />
          </mxGeometry>
        </mxCell>
        <mxCell id="VbR1kJbd4s5ipAbFhgMN-111" parent="1" style="shape=cross;whiteSpace=wrap;html=1;" value="" vertex="1">
          <mxGeometry height="40" width="40" x="2360" y="55" as="geometry" />
+         </mxCell>
+         <mxCell id="VbR1kJbd4s5ipAbFhgMN-118" edge="1" parent="1" source="VbR1kJbd4s5ipAbFhgMN-116" style="edgeStyle=orthogonalEdgeStyle;rounded=0;orthogonalLoop=1;jettySize=auto;html=1;exitX=1;exitY=0.5;exitDx=0;exitDy=0;entryX=0;entryY=0.5;entryDx=0;entryDy=0;" target="VbR1kJbd4s5ipAbFhgMN-71">
+           <mxGeometry relative="1" as="geometry">
+             <Array as="points">
+               <mxPoint x="1313" y="-195" />
+             </Array>
+             <mxPoint x="2300" y="-219.9230769230769" as="targetPoint" />
+           </mxGeometry>
+         </mxCell>
+         <mxCell id="VbR1kJbd4s5ipAbFhgMN-116" parent="1" style="ellipse;shape=doubleEllipse;whiteSpace=wrap;html=1;aspect=fixed;" value="" vertex="1">
+           <mxGeometry height="40" width="40" x="1272.5" y="-220" as="geometry" />
+         </mxCell>
+         <mxCell id="VbR1kJbd4s5ipAbFhgMN-119" parent="1" style="text;html=1;whiteSpace=wrap;strokeColor=none;fillColor=none;align=center;verticalAlign=middle;rounded=0;" value="Ожидание поставки оборудования" vertex="1">
+           <mxGeometry height="30" width="60" x="1262.5" y="-270" as="geometry" />
        </mxCell>
      </root>
    </mxGraphModel>
  </diagram>
</mxfile>
